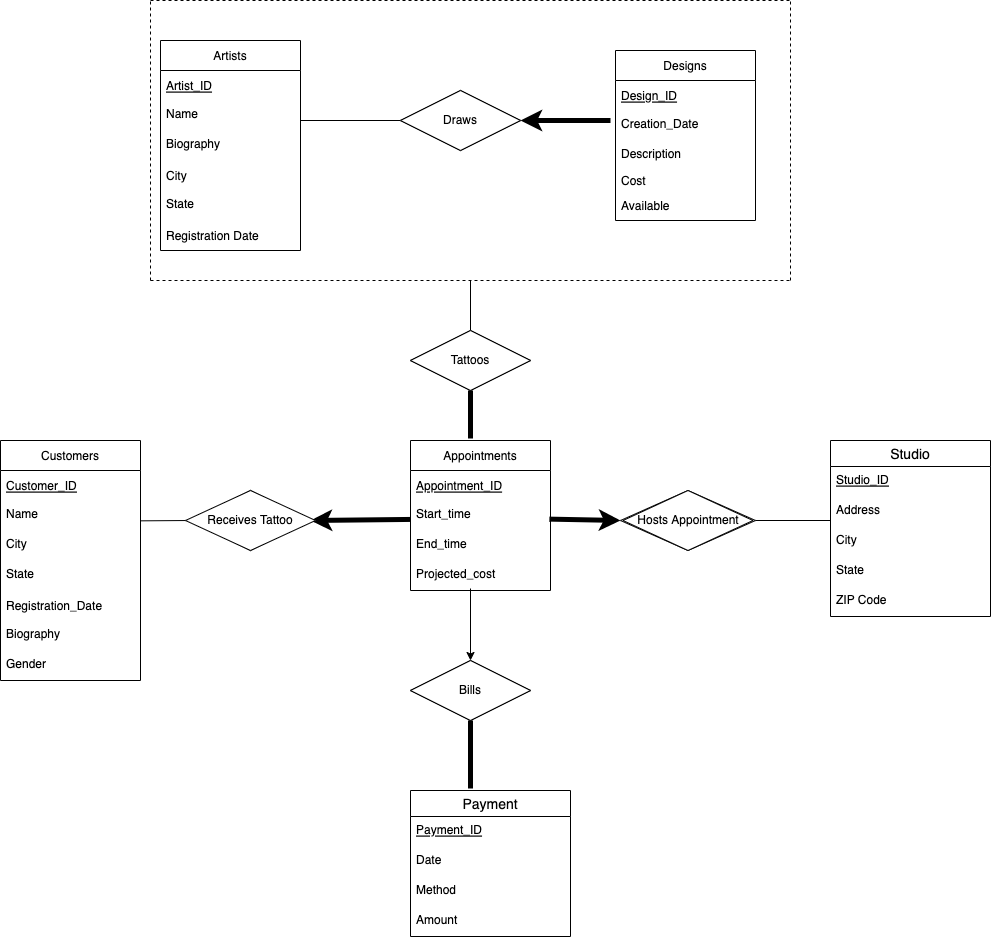
Above: final_ER.png in DylanGnatz/ink-bazaar (draw.io), before the change. Source tidied: cells renumbered, new cells last; positions are measured from the earlier drawing's top-left corner, leaving out a move shared by most shapes. Source of this version:
```xml
<mxGraphModel>
  <root>
    <mxCell id="0" />
    <mxCell id="1" parent="0" />
    <mxCell id="2" value="Designs" style="swimlane;fontStyle=0;horizontal=1;startSize=30;" parent="1" vertex="1">
      <mxGeometry x="615" y="50" width="140" height="170" as="geometry" />
    </mxCell>
    <mxCell id="3" value="Design_ID" style="text;strokeColor=none;fillColor=none;align=left;verticalAlign=middle;spacingLeft=4;spacingRight=4;overflow=hidden;fontStyle=4;" parent="2" vertex="1">
      <mxGeometry y="30" width="140" height="30" as="geometry" />
    </mxCell>
    <mxCell id="4" value="Creation_Date" style="text;strokeColor=none;fillColor=none;spacingLeft=4;spacingRight=4;overflow=hidden;fontSize=12;" parent="2" vertex="1">
      <mxGeometry y="60" width="140" height="30" as="geometry" />
    </mxCell>
    <mxCell id="5" value="Description" style="text;strokeColor=none;fillColor=none;spacingLeft=4;spacingRight=4;overflow=hidden;fontSize=12;" parent="2" vertex="1">
      <mxGeometry y="90" width="140" height="30" as="geometry" />
    </mxCell>
    <mxCell id="6" value="Cost" style="text;strokeColor=none;fillColor=none;align=left;verticalAlign=middle;spacingLeft=4;spacingRight=4;overflow=hidden;" parent="2" vertex="1">
      <mxGeometry y="120" width="140" height="20" as="geometry" />
    </mxCell>
    <mxCell id="7" value="Available" style="text;strokeColor=none;fillColor=none;align=left;verticalAlign=middle;spacingLeft=4;spacingRight=4;overflow=hidden;" parent="2" vertex="1">
      <mxGeometry y="140" width="140" height="30" as="geometry" />
    </mxCell>
    <mxCell id="8" value="Artists" style="swimlane;fontStyle=0;horizontal=1;startSize=30;" parent="1" vertex="1">
      <mxGeometry x="160" y="40" width="140" height="210" as="geometry" />
    </mxCell>
    <mxCell id="9" value="Artist_ID" style="text;strokeColor=none;fillColor=none;align=left;verticalAlign=middle;spacingLeft=4;spacingRight=4;overflow=hidden;fontStyle=4;" parent="8" vertex="1">
      <mxGeometry y="30" width="140" height="30" as="geometry" />
    </mxCell>
    <mxCell id="10" value="Name" style="text;strokeColor=none;fillColor=none;spacingLeft=4;spacingRight=4;overflow=hidden;fontSize=12;" parent="8" vertex="1">
      <mxGeometry y="60" width="140" height="30" as="geometry" />
    </mxCell>
    <mxCell id="11" value="Biography" style="text;strokeColor=none;fillColor=none;spacingLeft=4;spacingRight=4;overflow=hidden;fontSize=12;" parent="8" vertex="1">
      <mxGeometry y="90" width="140" height="30" as="geometry" />
    </mxCell>
    <mxCell id="12" value="City" style="text;strokeColor=none;fillColor=none;align=left;verticalAlign=middle;spacingLeft=4;spacingRight=4;overflow=hidden;" parent="8" vertex="1">
      <mxGeometry y="120" width="140" height="30" as="geometry" />
    </mxCell>
    <mxCell id="13" value="State" style="text;strokeColor=none;fillColor=none;spacingLeft=4;spacingRight=4;overflow=hidden;fontSize=12;" parent="8" vertex="1">
      <mxGeometry y="150" width="140" height="30" as="geometry" />
    </mxCell>
    <mxCell id="14" value="Registration Date" style="text;strokeColor=none;fillColor=none;align=left;verticalAlign=middle;spacingLeft=4;spacingRight=4;overflow=hidden;" parent="8" vertex="1">
      <mxGeometry y="180" width="140" height="30" as="geometry" />
    </mxCell>
    <mxCell id="15" value="Appointments" style="swimlane;fontStyle=0;horizontal=1;startSize=30;" parent="1" vertex="1">
      <mxGeometry x="410" y="440" width="140" height="150" as="geometry" />
    </mxCell>
    <mxCell id="16" value="Appointment_ID" style="text;strokeColor=none;fillColor=none;align=left;verticalAlign=middle;spacingLeft=4;spacingRight=4;overflow=hidden;fontStyle=4;" parent="15" vertex="1">
      <mxGeometry y="30" width="140" height="30" as="geometry" />
    </mxCell>
    <mxCell id="17" value="Start_time" style="text;strokeColor=none;fillColor=none;spacingLeft=4;spacingRight=4;overflow=hidden;points=[[0,0.5],[1,0.5]];portConstraint=eastwest;fontSize=12;" parent="15" vertex="1">
      <mxGeometry y="60" width="140" height="30" as="geometry" />
    </mxCell>
    <mxCell id="18" value="End_time" style="text;strokeColor=none;fillColor=none;spacingLeft=4;spacingRight=4;overflow=hidden;fontSize=12;" parent="15" vertex="1">
      <mxGeometry y="90" width="140" height="30" as="geometry" />
    </mxCell>
    <mxCell id="19" value="Projected_cost" style="text;strokeColor=none;fillColor=none;spacingLeft=4;spacingRight=4;overflow=hidden;fontSize=12;" parent="15" vertex="1">
      <mxGeometry y="120" width="140" height="30" as="geometry" />
    </mxCell>
    <mxCell id="20" value="Draws" style="shape=rhombus;double=1;perimeter=rhombusPerimeter;whiteSpace=wrap;html=1;align=center;" parent="1" vertex="1">
      <mxGeometry x="400" y="90" width="120" height="60" as="geometry" />
    </mxCell>
    <mxCell id="21" value="Customers" style="swimlane;fontStyle=0;horizontal=1;startSize=30;" parent="1" vertex="1">
      <mxGeometry y="440" width="140" height="240" as="geometry" />
    </mxCell>
    <mxCell id="22" value="Customer_ID" style="text;strokeColor=none;fillColor=none;align=left;verticalAlign=middle;spacingLeft=4;spacingRight=4;overflow=hidden;fontStyle=4;" parent="21" vertex="1">
      <mxGeometry y="30" width="140" height="30" as="geometry" />
    </mxCell>
    <mxCell id="23" value="Name" style="text;strokeColor=none;fillColor=none;spacingLeft=4;spacingRight=4;overflow=hidden;points=[[0,0.5],[1,0.5]];portConstraint=eastwest;fontSize=12;" parent="21" vertex="1">
      <mxGeometry y="60" width="140" height="30" as="geometry" />
    </mxCell>
    <mxCell id="24" value="City" style="text;strokeColor=none;fillColor=none;spacingLeft=4;spacingRight=4;overflow=hidden;fontSize=12;" parent="21" vertex="1">
      <mxGeometry y="90" width="140" height="30" as="geometry" />
    </mxCell>
    <mxCell id="25" value="State" style="text;strokeColor=none;fillColor=none;spacingLeft=4;spacingRight=4;overflow=hidden;fontSize=12;" parent="21" vertex="1">
      <mxGeometry y="120" width="140" height="30" as="geometry" />
    </mxCell>
    <mxCell id="26" value="Registration_Date" style="text;strokeColor=none;fillColor=none;align=left;verticalAlign=middle;spacingLeft=4;spacingRight=4;overflow=hidden;" parent="21" vertex="1">
      <mxGeometry y="150" width="140" height="30" as="geometry" />
    </mxCell>
    <mxCell id="27" value="Biography" style="text;strokeColor=none;fillColor=none;spacingLeft=4;spacingRight=4;overflow=hidden;fontSize=12;" parent="21" vertex="1">
      <mxGeometry y="180" width="140" height="30" as="geometry" />
    </mxCell>
    <mxCell id="28" value="Gender" style="text;strokeColor=none;fillColor=none;spacingLeft=4;spacingRight=4;overflow=hidden;fontSize=12;" parent="21" vertex="1">
      <mxGeometry y="210" width="140" height="30" as="geometry" />
    </mxCell>
    <mxCell id="29" value="Studio" style="swimlane;fontStyle=0;horizontal=1;startSize=26;align=center;fontSize=14;" parent="1" vertex="1">
      <mxGeometry x="830" y="440" width="160" height="176" as="geometry" />
    </mxCell>
    <mxCell id="30" value="Studio_ID" style="text;strokeColor=none;fillColor=none;spacingLeft=4;spacingRight=4;overflow=hidden;fontSize=12;fontStyle=4;" parent="29" vertex="1">
      <mxGeometry y="26" width="160" height="30" as="geometry" />
    </mxCell>
    <mxCell id="31" value="Address" style="text;strokeColor=none;fillColor=none;spacingLeft=4;spacingRight=4;overflow=hidden;fontSize=12;" parent="29" vertex="1">
      <mxGeometry y="56" width="160" height="30" as="geometry" />
    </mxCell>
    <mxCell id="32" value="City&#10;" style="text;strokeColor=none;fillColor=none;spacingLeft=4;spacingRight=4;overflow=hidden;fontSize=12;" parent="29" vertex="1">
      <mxGeometry y="86" width="160" height="30" as="geometry" />
    </mxCell>
    <mxCell id="33" value="State" style="text;strokeColor=none;fillColor=none;spacingLeft=4;spacingRight=4;overflow=hidden;fontSize=12;" parent="29" vertex="1">
      <mxGeometry y="116" width="160" height="30" as="geometry" />
    </mxCell>
    <mxCell id="34" value="ZIP Code" style="text;strokeColor=none;fillColor=none;spacingLeft=4;spacingRight=4;overflow=hidden;fontSize=12;" parent="29" vertex="1">
      <mxGeometry y="146" width="160" height="30" as="geometry" />
    </mxCell>
    <mxCell id="35" value="Payment" style="swimlane;fontStyle=0;horizontal=1;startSize=26;align=center;fontSize=14;" parent="1" vertex="1">
      <mxGeometry x="410" y="790" width="160" height="146" as="geometry" />
    </mxCell>
    <mxCell id="36" value="Payment_ID" style="text;strokeColor=none;fillColor=none;spacingLeft=4;spacingRight=4;overflow=hidden;fontSize=12;fontStyle=4;" parent="35" vertex="1">
      <mxGeometry y="26" width="160" height="30" as="geometry" />
    </mxCell>
    <mxCell id="37" value="Date" style="text;strokeColor=none;fillColor=none;spacingLeft=4;spacingRight=4;overflow=hidden;fontSize=12;" parent="35" vertex="1">
      <mxGeometry y="56" width="160" height="30" as="geometry" />
    </mxCell>
    <mxCell id="38" value="Method" style="text;strokeColor=none;fillColor=none;spacingLeft=4;spacingRight=4;overflow=hidden;fontSize=12;" parent="35" vertex="1">
      <mxGeometry y="86" width="160" height="30" as="geometry" />
    </mxCell>
    <mxCell id="39" value="Amount" style="text;strokeColor=none;fillColor=none;spacingLeft=4;spacingRight=4;overflow=hidden;fontSize=12;" parent="35" vertex="1">
      <mxGeometry y="116" width="160" height="30" as="geometry" />
    </mxCell>
    <mxCell id="40" style="endArrow=classic;html=1;rounded=0;strokeColor=#000000;strokeWidth=5;entryX=1;entryY=0.5;entryDx=0;entryDy=0;" parent="1" edge="1" target="20">
      <mxGeometry relative="1" as="geometry">
        <mxPoint x="610" y="120" as="sourcePoint" />
      </mxGeometry>
    </mxCell>
    <mxCell id="41" style="endArrow=none;html=1;rounded=0;entryX=0;entryY=0.5;entryDx=0;entryDy=0;" parent="1" edge="1" target="20">
      <mxGeometry relative="1" as="geometry">
        <mxPoint x="300" y="120" as="sourcePoint" />
      </mxGeometry>
    </mxCell>
    <mxCell id="42" style="endArrow=none;dashed=1;html=1;rounded=0;" parent="1" edge="1">
      <mxGeometry relative="1" as="geometry">
        <mxPoint x="150" as="sourcePoint" />
        <mxPoint x="790" as="targetPoint" />
      </mxGeometry>
    </mxCell>
    <mxCell id="43" style="endArrow=none;dashed=1;html=1;rounded=0;" parent="1" edge="1">
      <mxGeometry relative="1" as="geometry">
        <mxPoint x="790" y="280" as="sourcePoint" />
        <mxPoint x="790" as="targetPoint" />
      </mxGeometry>
    </mxCell>
    <mxCell id="44" style="endArrow=none;dashed=1;html=1;rounded=0;" parent="1" edge="1">
      <mxGeometry relative="1" as="geometry">
        <mxPoint x="150" y="280" as="sourcePoint" />
        <mxPoint x="790" y="280" as="targetPoint" />
      </mxGeometry>
    </mxCell>
    <mxCell id="45" style="endArrow=none;dashed=1;html=1;rounded=0;" parent="1" edge="1">
      <mxGeometry relative="1" as="geometry">
        <mxPoint x="150" y="280" as="sourcePoint" />
        <mxPoint x="150" as="targetPoint" />
      </mxGeometry>
    </mxCell>
    <mxCell id="46" value="Tattoos" style="shape=rhombus;double=1;perimeter=rhombusPerimeter;whiteSpace=wrap;html=1;align=center;" parent="1" vertex="1">
      <mxGeometry x="410" y="330" width="120" height="60" as="geometry" />
    </mxCell>
    <mxCell id="47" value="Receives Tatoo" style="shape=rhombus;double=1;perimeter=rhombusPerimeter;whiteSpace=wrap;html=1;align=center;" parent="1" vertex="1">
      <mxGeometry x="190" y="490" width="120" height="60" as="geometry" />
    </mxCell>
    <mxCell id="48" value="Bills" style="shape=rhombus;double=1;perimeter=rhombusPerimeter;whiteSpace=wrap;html=1;align=center;" parent="1" vertex="1">
      <mxGeometry x="410" y="660" width="120" height="60" as="geometry" />
    </mxCell>
    <mxCell id="49" value="Hosts appointment" style="shape=rhombus;double=1;perimeter=rhombusPerimeter;whiteSpace=wrap;html=1;align=center;" parent="1" vertex="1">
      <mxGeometry x="620" y="490" width="135" height="60" as="geometry" />
    </mxCell>
    <mxCell id="50" style="endArrow=none;html=1;rounded=0;entryX=0.5;entryY=0;entryDx=0;entryDy=0;" parent="1" edge="1" target="46">
      <mxGeometry relative="1" as="geometry">
        <mxPoint x="470" y="280" as="sourcePoint" />
      </mxGeometry>
    </mxCell>
    <mxCell id="51" style="endArrow=classic;html=1;rounded=0;strokeColor=#000000;strokeWidth=5;entryX=0;entryY=0.5;entryDx=0;entryDy=0;exitX=0.992;exitY=0.621;exitDx=0;exitDy=0;exitPerimeter=0;" parent="1" edge="1" source="17" target="49">
      <mxGeometry relative="1" as="geometry" />
    </mxCell>
    <mxCell id="52" style="endArrow=none;html=1;rounded=0;entryX=1;entryY=0.5;entryDx=0;entryDy=0;" parent="1" edge="1" target="49">
      <mxGeometry relative="1" as="geometry">
        <mxPoint x="830" y="520" as="sourcePoint" />
      </mxGeometry>
    </mxCell>
    <mxCell id="53" style="endArrow=classic;html=1;rounded=0;strokeColor=#000000;strokeWidth=5;entryX=1;entryY=0.5;entryDx=0;entryDy=0;exitX=-0.003;exitY=0.631;exitDx=0;exitDy=0;exitPerimeter=0;" parent="1" edge="1" source="17" target="47">
      <mxGeometry relative="1" as="geometry" />
    </mxCell>
    <mxCell id="54" style="endArrow=classic;html=1;rounded=0;entryX=0.5;entryY=0;entryDx=0;entryDy=0;" parent="1" edge="1" target="48">
      <mxGeometry relative="1" as="geometry">
        <mxPoint x="470" y="588" as="sourcePoint" />
      </mxGeometry>
    </mxCell>
    <mxCell id="55" style="endArrow=none;html=1;rounded=0;exitX=1;exitY=0.678;exitDx=0;exitDy=0;entryX=0;entryY=0.5;entryDx=0;entryDy=0;exitPerimeter=0;" parent="1" edge="1" source="23" target="47">
      <mxGeometry relative="1" as="geometry" />
    </mxCell>
    <mxCell id="56" value="Tattoos" style="shape=rhombus;perimeter=rhombusPerimeter;whiteSpace=wrap;html=1;align=center;" parent="1" vertex="1">
      <mxGeometry x="410" y="330" width="120" height="60" as="geometry" />
    </mxCell>
    <mxCell id="57" value="Draws" style="shape=rhombus;perimeter=rhombusPerimeter;whiteSpace=wrap;html=1;align=center;" parent="1" vertex="1">
      <mxGeometry x="400" y="90" width="120" height="60" as="geometry" />
    </mxCell>
    <mxCell id="58" value="Bills" style="shape=rhombus;perimeter=rhombusPerimeter;whiteSpace=wrap;html=1;align=center;" parent="1" vertex="1">
      <mxGeometry x="410" y="660" width="120" height="60" as="geometry" />
    </mxCell>
    <mxCell id="59" value="Hosts Appointment" style="shape=rhombus;perimeter=rhombusPerimeter;whiteSpace=wrap;html=1;align=center;" parent="1" vertex="1">
      <mxGeometry x="622.5" y="490" width="130" height="60" as="geometry" />
    </mxCell>
    <mxCell id="60" value="Receives Tattoo" style="shape=rhombus;perimeter=rhombusPerimeter;whiteSpace=wrap;html=1;align=center;" parent="1" vertex="1">
      <mxGeometry x="185" y="490" width="130" height="60" as="geometry" />
    </mxCell>
    <mxCell id="61" style="endArrow=none;html=1;rounded=0;entryX=0.5;entryY=1;entryDx=0;entryDy=0;strokeWidth=5;" parent="1" edge="1" target="58">
      <mxGeometry relative="1" as="geometry">
        <mxPoint x="470" y="788" as="sourcePoint" />
      </mxGeometry>
    </mxCell>
    <mxCell id="62" style="endArrow=none;html=1;rounded=0;entryX=0.5;entryY=1;entryDx=0;entryDy=0;strokeWidth=5;" parent="1" edge="1" target="56">
      <mxGeometry relative="1" as="geometry">
        <mxPoint x="470" y="438" as="sourcePoint" />
      </mxGeometry>
    </mxCell>
  </root>
</mxGraphModel>
```
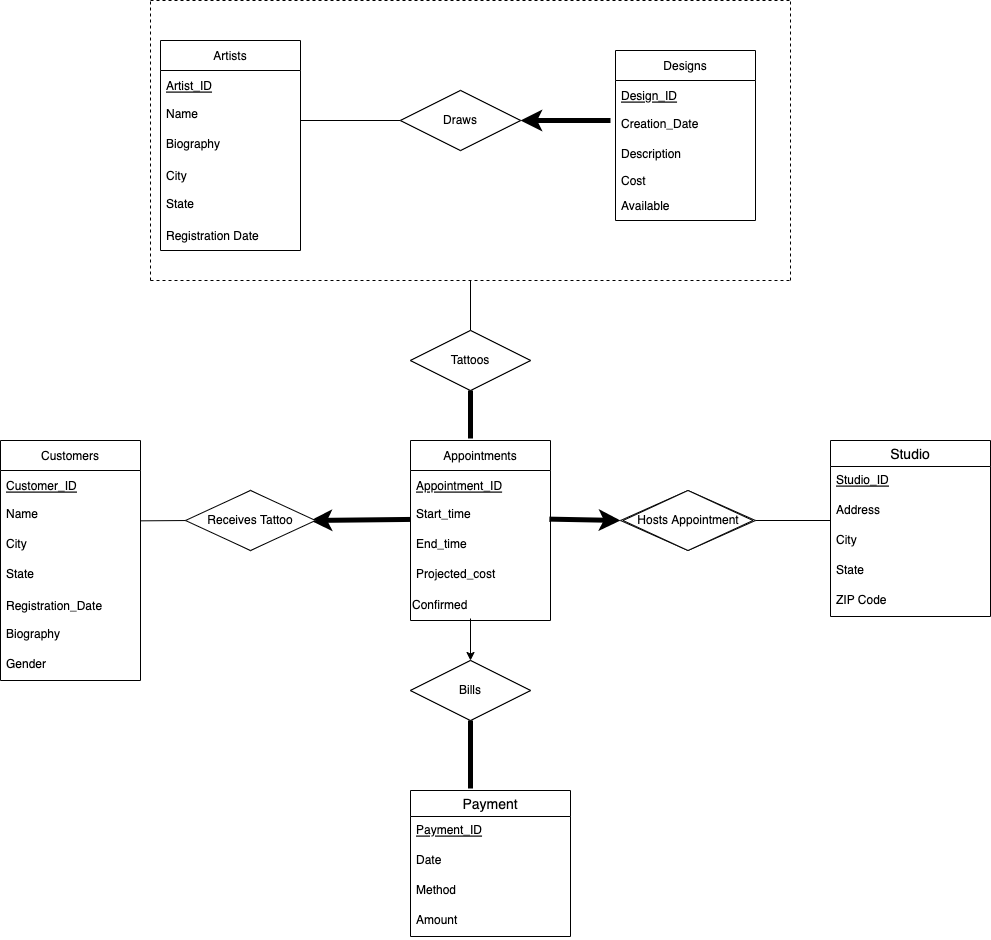
After the change.

Commit message:
replaced old ER diagram

What changed in the source:
```diff
@@ -42,7 +42,7 @@
       <mxGeometry y="180" width="140" height="30" as="geometry" />
     </mxCell>
     <mxCell id="15" value="Appointments" style="swimlane;fontStyle=0;horizontal=1;startSize=30;" parent="1" vertex="1">
-      <mxGeometry x="410" y="440" width="140" height="150" as="geometry" />
+      <mxGeometry x="410" y="440" width="140" height="180" as="geometry" />
     </mxCell>
     <mxCell id="16" value="Appointment_ID" style="text;strokeColor=none;fillColor=none;align=left;verticalAlign=middle;spacingLeft=4;spacingRight=4;overflow=hidden;fontStyle=4;" parent="15" vertex="1">
       <mxGeometry y="30" width="140" height="30" as="geometry" />
@@ -56,6 +56,9 @@
     <mxCell id="19" value="Projected_cost" style="text;strokeColor=none;fillColor=none;spacingLeft=4;spacingRight=4;overflow=hidden;fontSize=12;" parent="15" vertex="1">
       <mxGeometry y="120" width="140" height="30" as="geometry" />
     </mxCell>
+    <mxCell id="63" value="Confirmed" style="text;html=1;strokeColor=none;fillColor=none;align=left;verticalAlign=middle;whiteSpace=wrap;rounded=0;" parent="15" vertex="1">
+      <mxGeometry y="150" width="140" height="30" as="geometry" />
+    </mxCell>
     <mxCell id="20" value="Draws" style="shape=rhombus;double=1;perimeter=rhombusPerimeter;whiteSpace=wrap;html=1;align=center;" parent="1" vertex="1">
       <mxGeometry x="400" y="90" width="120" height="60" as="geometry" />
     </mxCell>
@@ -180,7 +183,7 @@
     </mxCell>
     <mxCell id="54" style="endArrow=classic;html=1;rounded=0;entryX=0.5;entryY=0;entryDx=0;entryDy=0;" parent="1" edge="1" target="48">
       <mxGeometry relative="1" as="geometry">
-        <mxPoint x="470" y="588" as="sourcePoint" />
+        <mxPoint x="470" y="618" as="sourcePoint" />
       </mxGeometry>
     </mxCell>
     <mxCell id="55" style="endArrow=none;html=1;rounded=0;exitX=1;exitY=0.678;exitDx=0;exitDy=0;entryX=0;entryY=0.5;entryDx=0;entryDy=0;exitPerimeter=0;" parent="1" edge="1" source="23" target="47">
```
